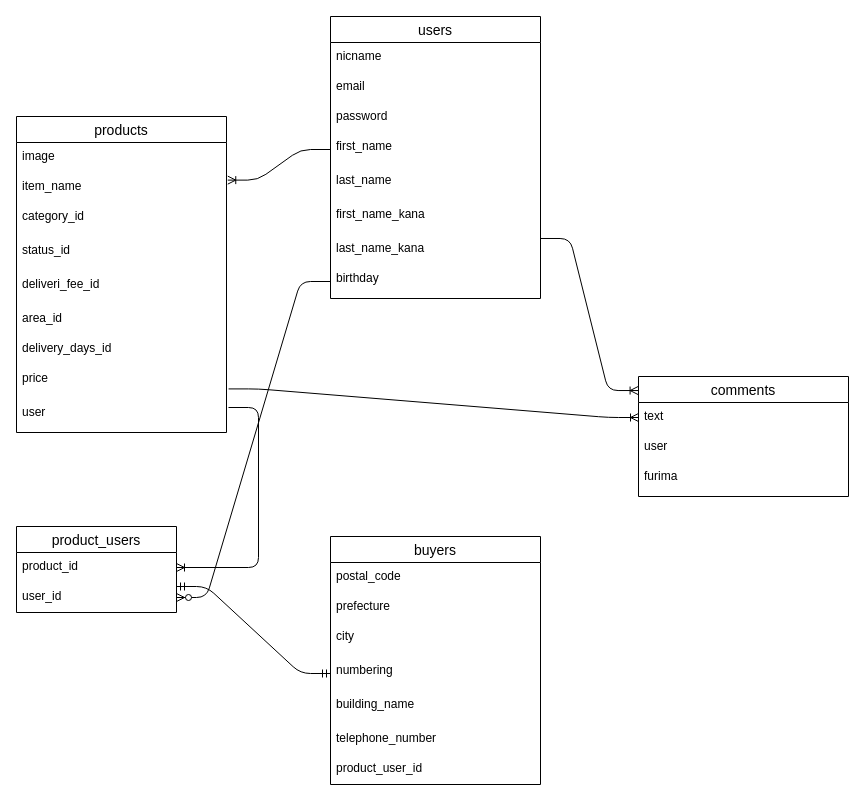
The draw.io diagram ER.dio in kurimaru2000/furima-34822, before the edit. Source tidied: cells renumbered, new cells numbered last; positions are measured from the earlier drawing's top-left corner, leaving out a move shared by most shapes. Both pictures are drawn from the tidied source at 100%, with x=0, y=0 at pixel (16, 16).
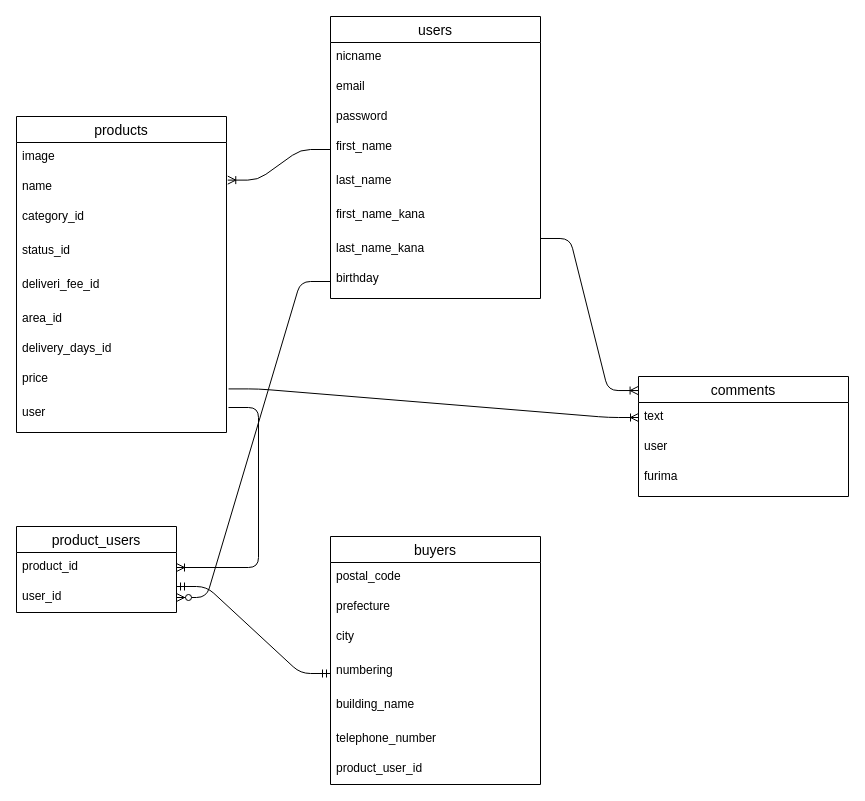
The same page after the edit.

Commit message (it also covers changes not shown here):
データベース設計訂正7

Unchanged cells that the change refers to:
```xml
<mxCell id="11" value="products" style="swimlane;fontStyle=0;horizontal=1;startSize=26;align=center;fontSize=14;" parent="1" vertex="1">
  <mxGeometry y="100" width="210" height="316" as="geometry" />
</mxCell>
```

Change to the diagram source:
```diff
@@
-    <mxCell id="13" value="item_name" style="text;strokeColor=none;fillColor=none;spacingLeft=4;spacingRight=4;overflow=hidden;points=[[0,0.5],[1,0.5]];portConstraint=eastwest;fontSize=12;" parent="11" vertex="1">
+    <mxCell id="13" value="name" style="text;strokeColor=none;fillColor=none;spacingLeft=4;spacingRight=4;overflow=hidden;points=[[0,0.5],[1,0.5]];portConstraint=eastwest;fontSize=12;" parent="11" vertex="1">
       <mxGeometry y="56" width="210" height="30" as="geometry" />
     </mxCell>
```
